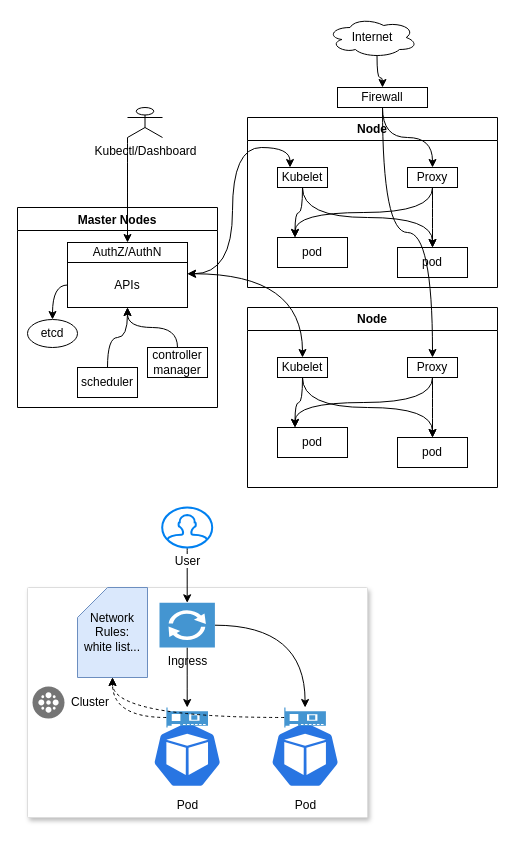
Above: k8s/k8s-network.drawio in yysyp/sampleall (draw.io), before the change. Source tidied: cells renumbered, new cells numbered last; positions are measured from the earlier drawing's top-left corner, leaving out a move shared by most shapes. Both pictures are drawn from the tidied source at 100%, with x=0, y=0 at pixel (17, 17).
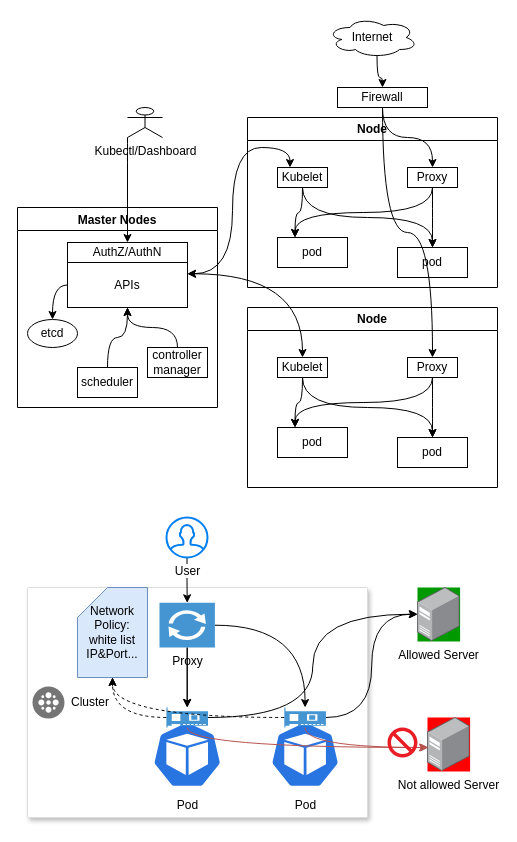
The same page after the edit.

Commit message (it also covers changes not shown here):
redraw network policy

The change refers to these unchanged cells:
```xml
<mxCell id="38" style="strokeColor=#dddddd;shadow=1;strokeWidth=1;rounded=1;absoluteArcSize=1;arcSize=2;" parent="1" vertex="1">
  <mxGeometry x="10" y="570" width="340" height="230" as="geometry" />
</mxCell>
<mxCell id="46" style="shadow=0;dashed=0;html=1;strokeColor=none;fillColor=#4495D1;labelPosition=center;verticalLabelPosition=bottom;verticalAlign=top;align=center;outlineConnect=0;shape=mxgraph.veeam.2d.network_card;" parent="38" vertex="1">
  <mxGeometry x="138.9" y="120" width="41.6" height="20" as="geometry" />
</mxCell>
<mxCell id="48" style="shadow=0;dashed=0;html=1;strokeColor=none;fillColor=#4495D1;labelPosition=center;verticalLabelPosition=bottom;verticalAlign=top;align=center;outlineConnect=0;shape=mxgraph.veeam.2d.network_card;" parent="38" vertex="1">
  <mxGeometry x="256.8" y="120" width="41.6" height="20" as="geometry" />
</mxCell>
```

The edit, as a diff of the source:
```diff
@@
+    <mxCell id="52" style="edgeStyle=orthogonalEdgeStyle;rounded=0;jettySize=auto;html=1;" parent="38" edge="1" source="44" target="46">
+      <mxGeometry relative="1" as="geometry" />
+    </mxCell>
-    <mxCell id="44" value="Ingress" style="shadow=0;dashed=0;html=1;strokeColor=none;fillColor=#4495D1;labelPosition=center;verticalLabelPosition=bottom;verticalAlign=top;align=center;outlineConnect=0;shape=mxgraph.veeam.2d.proxy;" parent="38" vertex="1">
+    <mxCell id="44" value="Proxy&lt;br&gt;" style="shadow=0;dashed=0;html=1;strokeColor=none;fillColor=#4495D1;labelPosition=center;verticalLabelPosition=bottom;verticalAlign=top;align=center;outlineConnect=0;shape=mxgraph.veeam.2d.proxy;" parent="38" vertex="1">
       <mxGeometry x="132" y="15.3" width="55.4" height="44.7" as="geometry" />
     </mxCell>
@@
-    <mxCell id="49" value="Network Rules:&lt;br&gt;white list..." style="shape=card;whiteSpace=wrap;html=1;fillColor=#dae8fc;strokeColor=#6c8ebf;" parent="38" vertex="1">
+    <mxCell id="49" value="Network Policy:&lt;br&gt;white list IP&amp;amp;Port..." style="shape=card;whiteSpace=wrap;html=1;fillColor=#dae8fc;strokeColor=#6c8ebf;" parent="38" vertex="1">
       <mxGeometry x="50" width="70" height="90" as="geometry" />
     </mxCell>
-    <mxCell id="50" style="edgeStyle=orthogonalEdgeStyle;curved=1;jettySize=auto;html=1;startArrow=none;startFill=0;" parent="1" edge="1" source="51" target="44">
+    <mxCell id="50" style="edgeStyle=orthogonalEdgeStyle;rounded=0;jettySize=auto;html=1;" parent="1" edge="1" source="51" target="44">
       <mxGeometry relative="1" as="geometry" />
     </mxCell>
-    <mxCell id="51" value="User&lt;br&gt;" style="html=1;verticalLabelPosition=bottom;align=center;labelBackgroundColor=#ffffff;verticalAlign=top;strokeWidth=2;strokeColor=#0080F0;shadow=0;dashed=0;shape=mxgraph.ios7.icons.user;" parent="1" vertex="1">
-      <mxGeometry x="144.7" y="490" width="50" height="40" as="geometry" />
+    <mxCell id="51" value="User" style="html=1;verticalLabelPosition=bottom;align=center;labelBackgroundColor=#ffffff;verticalAlign=top;strokeWidth=2;strokeColor=#0080F0;shadow=0;dashed=0;shape=mxgraph.ios7.icons.user;" parent="1" vertex="1">
+      <mxGeometry x="149" y="500" width="41" height="40" as="geometry" />
     </mxCell>
+    <mxCell id="53" value="Allowed Server" style="image;points=[];html=1;align=center;shadow=0;dashed=0;image=img/lib/allied_telesis/computer_and_terminals/Server_Desktop.svg;imageBackground=#009900;" parent="1" vertex="1">
+      <mxGeometry x="400" y="570" width="42.6" height="54" as="geometry" />
+    </mxCell>
+    <mxCell id="54" style="edgeStyle=orthogonalEdgeStyle;jettySize=auto;html=1;entryX=-0.008;entryY=0.494;entryDx=0;entryDy=0;entryPerimeter=0;curved=1;" parent="1" edge="1" source="46" target="53">
+      <mxGeometry relative="1" as="geometry" />
+    </mxCell>
+    <mxCell id="55" style="edgeStyle=orthogonalEdgeStyle;jettySize=auto;html=1;entryX=0.008;entryY=0.494;entryDx=0;entryDy=0;entryPerimeter=0;curved=1;" parent="1" edge="1" source="48" target="53">
+      <mxGeometry relative="1" as="geometry" />
+    </mxCell>
+    <mxCell id="56" value="Not allowed Server" style="image;points=[];html=1;align=center;shadow=0;dashed=0;image=img/lib/allied_telesis/computer_and_terminals/Server_Desktop.svg;imageBackground=#FF0000;" parent="1" vertex="1">
+      <mxGeometry x="410" y="700" width="42.6" height="54" as="geometry" />
+    </mxCell>
+    <mxCell id="57" style="edgeStyle=orthogonalEdgeStyle;jettySize=auto;html=1;entryX=0.023;entryY=0.556;entryDx=0;entryDy=0;entryPerimeter=0;curved=1;fillColor=#f8cecc;strokeColor=#b85450;" parent="1" edge="1" source="48" target="56">
+      <mxGeometry relative="1" as="geometry">
+        <Array as="points">
+          <mxPoint x="288" y="730" />
+        </Array>
+      </mxGeometry>
+    </mxCell>
+    <mxCell id="58" style="edgeStyle=orthogonalEdgeStyle;jettySize=auto;html=1;curved=1;fillColor=#f8cecc;strokeColor=#b85450;" parent="1" edge="1" source="46" target="56">
+      <mxGeometry relative="1" as="geometry">
+        <Array as="points">
+          <mxPoint x="170" y="730" />
+        </Array>
+      </mxGeometry>
+    </mxCell>
+    <mxCell id="59" style="sketch=0;shadow=0;dashed=0;html=1;strokeColor=none;labelPosition=center;verticalLabelPosition=bottom;verticalAlign=top;align=center;shape=mxgraph.mscae.enterprise.not_allowed;fillColor=#EA1C24;" parent="1" vertex="1">
+      <mxGeometry x="370" y="710" width="30" height="30" as="geometry" />
+    </mxCell>
```
